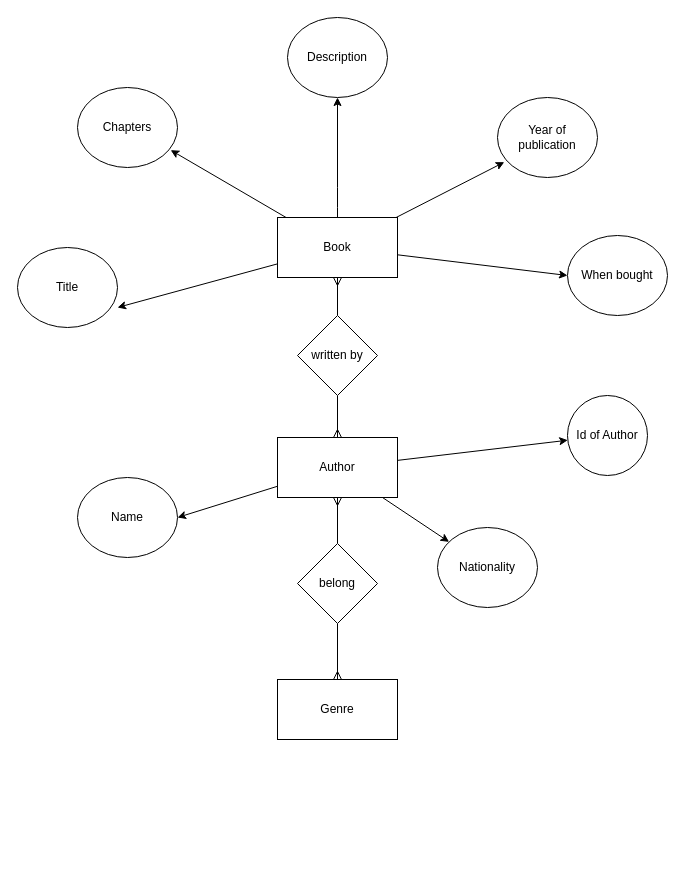
Before: page "ER" (2 of 4) of diagrams.drawio in Adipe92/BE-Database-Day1, a draw.io diagram. Source tidied: cells renumbered, new cells numbered last; positions are measured from the earlier drawing's top-left corner, leaving out a move shared by most shapes. Both pictures are drawn from the tidied source at 100%, with x=0, y=0 at pixel (17, 17).
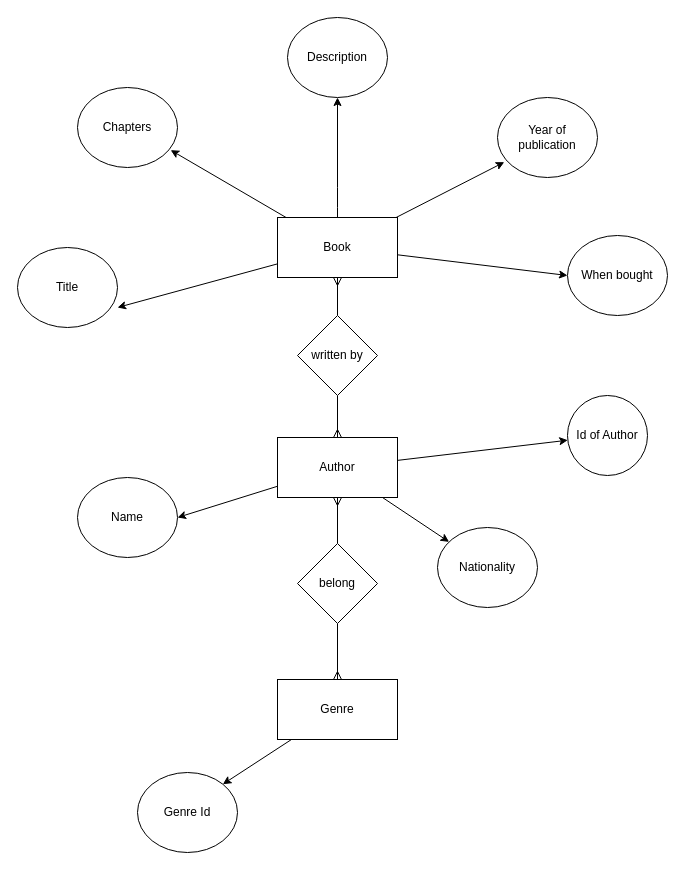
The same diagram, later.

Unchanged cells that the change refers to:
```xml
<mxCell id="12" value="Genre" style="rounded=0;whiteSpace=wrap;html=1;" parent="1" vertex="1">
  <mxGeometry x="260" y="662" width="120" height="60" as="geometry" />
</mxCell>
```

Change to the diagram source:
```diff
@@
+    <mxCell id="27" style="edgeStyle=none;html=1;entryX=1;entryY=0;entryDx=0;entryDy=0;endArrow=classic;endFill=1;" parent="1" edge="1" source="12" target="28">
+      <mxGeometry relative="1" as="geometry" />
+    </mxCell>
@@
+    <mxCell id="28" value="Genre Id" style="ellipse;whiteSpace=wrap;html=1;" parent="1" vertex="1">
+      <mxGeometry x="120" y="755" width="100" height="80" as="geometry" />
+    </mxCell>
```
